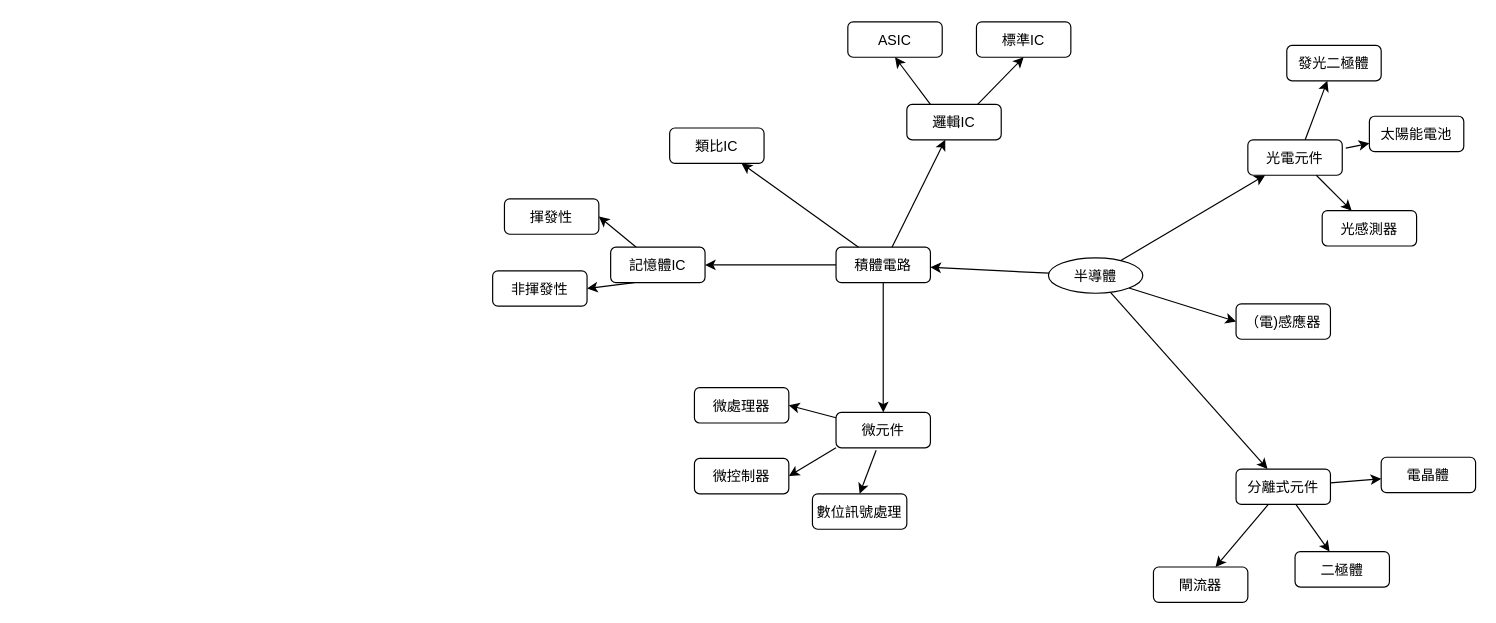
Before: page "半導體區分" (1 of 2) of Notion.drawio in wecan-huang/Diagrams, a draw.io diagram. Source tidied: cells renumbered, new cells numbered last; positions are measured from the earlier drawing's top-left corner, leaving out a move shared by most shapes. Both pictures are drawn from the tidied source at 118%, with x=0, y=0 at pixel (492, 21).
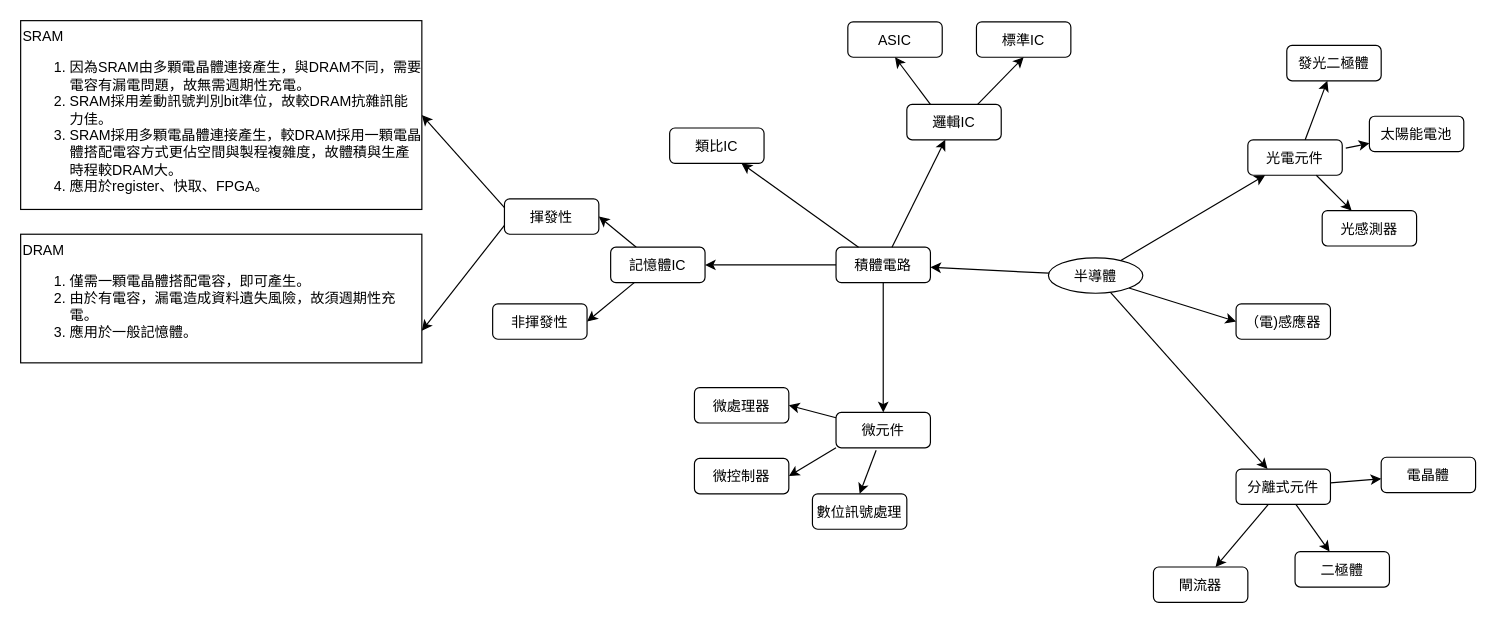
After the change.

Commit message:
add 記憶體IC分類與說明

The change refers to these unchanged cells:
```xml
<mxCell id="30" value="揮發性" style="rounded=1;" parent="1" vertex="1">
  <mxGeometry x="10" y="150" width="80" height="30" as="geometry" />
</mxCell>
```

The edit, as a diff of the source:
```diff
@@
     <mxCell id="31" value="非揮發性" style="rounded=1;" parent="1" vertex="1">
-      <mxGeometry y="211" width="80" height="30" as="geometry" />
+      <mxGeometry y="239" width="80" height="30" as="geometry" />
     </mxCell>
@@
+    <mxCell id="45" value="SRAM&lt;br&gt;&lt;ol&gt;&lt;li&gt;因為SRAM由多顆電晶體連接產生，與DRAM不同，需要電容有漏電問題，故無需週期性充電。&lt;br&gt;&lt;/li&gt;&lt;li&gt;SRAM採用差動訊號判別bit準位，故較DRAM抗雜訊能力佳。&lt;br&gt;&lt;/li&gt;&lt;li&gt;SRAM採用多顆電晶體連接產生，較DRAM採用一顆電晶體搭配電容方式更佔空間與製程複雜度，故體積與生產時程較DRAM大。&lt;br&gt;&lt;/li&gt;&lt;li&gt;應用於register、快取、FPGA。&lt;br&gt;&lt;/li&gt;&lt;/ol&gt;" style="rounded=0;align=left;verticalAlign=top;whiteSpace=wrap;html=1;" parent="1" vertex="1">
+      <mxGeometry x="-400" y="-1" width="340" height="160" as="geometry" />
+    </mxCell>
+    <mxCell id="46" value="DRAM&lt;br&gt;&lt;ol&gt;&lt;li&gt;僅需一顆電晶體搭配電容，即可產生。&lt;br&gt;&lt;/li&gt;&lt;li&gt;由於有電容，漏電造成資料遺失風險，故須週期性充電。&lt;br&gt;&lt;/li&gt;&lt;li&gt;應用於一般記憶體。&lt;/li&gt;&lt;/ol&gt;" style="rounded=0;align=left;whiteSpace=wrap;verticalAlign=top;html=1;" parent="1" vertex="1">
+      <mxGeometry x="-400" y="180" width="340" height="109" as="geometry" />
+    </mxCell>
+    <mxCell id="47" style="rounded=0;jettySize=auto;html=1;entryX=1;entryY=0.5;entryDx=0;entryDy=0;exitX=0;exitY=0.25;exitDx=0;exitDy=0;" parent="1" edge="1" source="30" target="45">
+      <mxGeometry relative="1" as="geometry" />
+    </mxCell>
+    <mxCell id="48" style="rounded=0;jettySize=auto;html=1;entryX=1;entryY=0.75;entryDx=0;entryDy=0;exitX=0;exitY=0.75;exitDx=0;exitDy=0;" parent="1" edge="1" source="30" target="46">
+      <mxGeometry relative="1" as="geometry" />
+    </mxCell>
```
